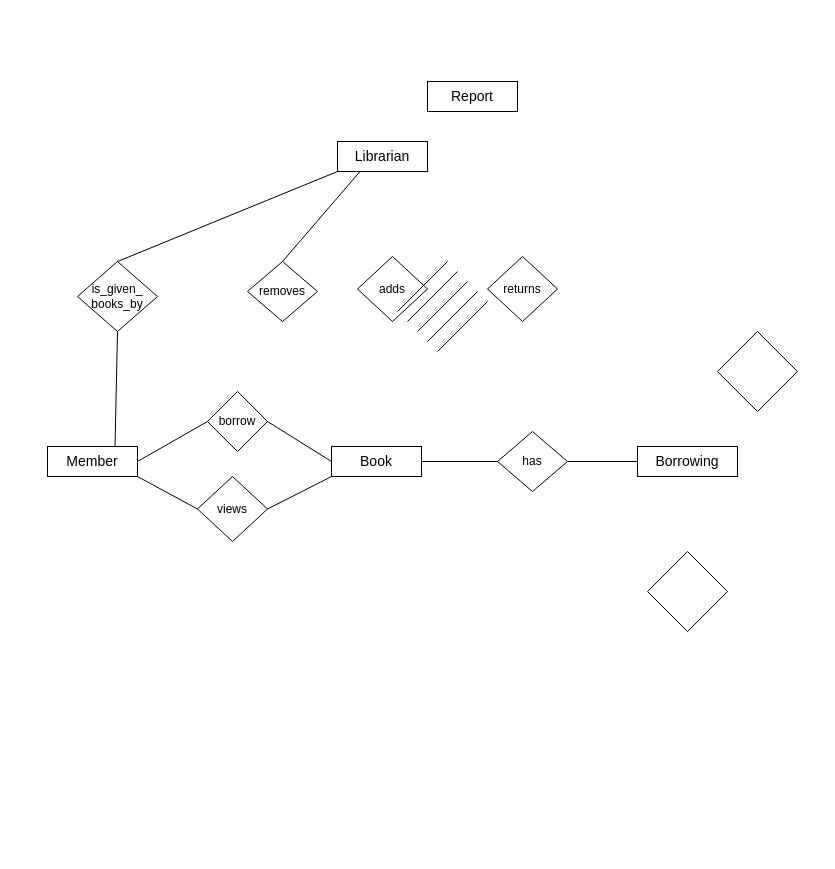
Before: Untitled Diagram.drawio in Dinuvi9170/NSBM-Green-University, a draw.io diagram. Source tidied: cells renumbered, new cells numbered last; positions are measured from the earlier drawing's top-left corner, leaving out a move shared by most shapes. Both pictures are drawn from the tidied source at 100%, with x=0, y=0 at pixel (47, 81).
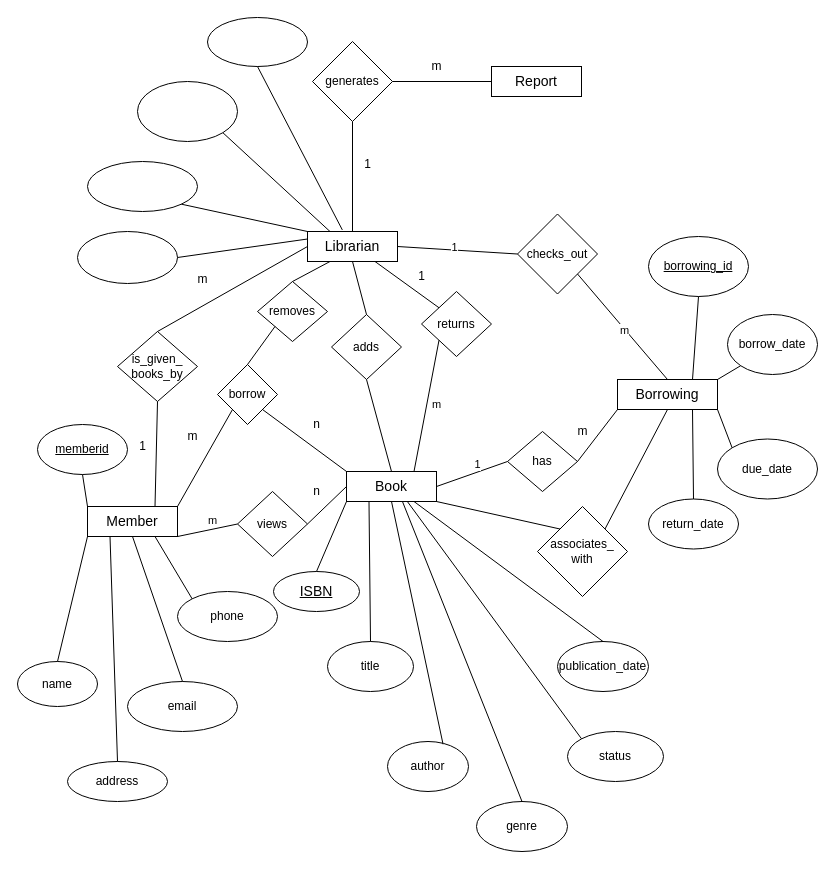
Above is the later version.

Unchanged cells that the change refers to:
```xml
<mxCell id="16" style="endArrow=none;html=1;rounded=0;exitX=1;exitY=0.5;exitDx=0;exitDy=0;entryX=0;entryY=0.5;entryDx=0;entryDy=0;" parent="1" edge="1" source="5" target="8">
  <mxGeometry relative="1" as="geometry" />
</mxCell>
<mxCell id="21" style="endArrow=none;html=1;rounded=0;exitX=1;exitY=1;exitDx=0;exitDy=0;entryX=0;entryY=0.5;entryDx=0;entryDy=0;" parent="1" edge="1" source="2" target="7">
  <mxGeometry relative="1" as="geometry" />
</mxCell>
```

Change to the diagram source:
```diff
@@
     <mxCell id="2" value="&lt;font style=&quot;font-size: 14px;&quot;&gt;Member&lt;/font&gt;" style="rounded=0;whiteSpace=wrap;html=1;" parent="1" vertex="1">
-      <mxGeometry y="365" width="90" height="30" as="geometry" />
+      <mxGeometry x="40" y="425" width="90" height="30" as="geometry" />
     </mxCell>
     <mxCell id="3" value="&lt;font style=&quot;font-size: 14px;&quot;&gt;Report&lt;/font&gt;" style="rounded=0;whiteSpace=wrap;html=1;" parent="1" vertex="1">
-      <mxGeometry x="380" width="90" height="30" as="geometry" />
+      <mxGeometry x="444" y="-15" width="90" height="30" as="geometry" />
     </mxCell>
     <mxCell id="4" value="&lt;font style=&quot;font-size: 14px;&quot;&gt;Borrowing&lt;/font&gt;" style="rounded=0;whiteSpace=wrap;html=1;" parent="1" vertex="1">
-      <mxGeometry x="590" y="365" width="100" height="30" as="geometry" />
+      <mxGeometry x="570" y="298" width="100" height="30" as="geometry" />
     </mxCell>
     <mxCell id="5" value="&lt;font style=&quot;font-size: 14px;&quot;&gt;Book&lt;/font&gt;" style="rounded=0;whiteSpace=wrap;html=1;" parent="1" vertex="1">
-      <mxGeometry x="284" y="365" width="90" height="30" as="geometry" />
+      <mxGeometry x="299" y="390" width="90" height="30" as="geometry" />
     </mxCell>
     <mxCell id="6" value="&lt;font style=&quot;font-size: 14px;&quot;&gt;Librarian&lt;/font&gt;" style="rounded=0;whiteSpace=wrap;html=1;" parent="1" vertex="1">
-      <mxGeometry x="290" y="60" width="90" height="30" as="geometry" />
+      <mxGeometry x="260" y="150" width="90" height="30" as="geometry" />
     </mxCell>
     <mxCell id="7" value="views" style="rhombus;whiteSpace=wrap;html=1;" parent="1" vertex="1">
-      <mxGeometry x="150" y="395" width="70" height="65" as="geometry" />
+      <mxGeometry x="190" y="410" width="70" height="65" as="geometry" />
     </mxCell>
     <mxCell id="8" value="has" style="rhombus;whiteSpace=wrap;html=1;" parent="1" vertex="1">
-      <mxGeometry x="450" y="350" width="70" height="60" as="geometry" />
+      <mxGeometry x="460" y="350" width="70" height="60" as="geometry" />
     </mxCell>
     <mxCell id="9" value="removes" style="rhombus;whiteSpace=wrap;html=1;" parent="1" vertex="1">
-      <mxGeometry x="200" y="180" width="70" height="60" as="geometry" />
+      <mxGeometry x="210" y="200" width="70" height="60" as="geometry" />
     </mxCell>
     <mxCell id="10" value="returns" style="rhombus;whiteSpace=wrap;html=1;" parent="1" vertex="1">
-      <mxGeometry x="440" y="175" width="70" height="65" as="geometry" />
+      <mxGeometry x="374" y="210" width="70" height="65" as="geometry" />
     </mxCell>
     <mxCell id="11" value="adds" style="rhombus;whiteSpace=wrap;html=1;" parent="1" vertex="1">
-      <mxGeometry x="310" y="175" width="70" height="65" as="geometry" />
+      <mxGeometry x="284" y="233" width="70" height="65" as="geometry" />
     </mxCell>
-    <mxCell id="12" style="rhombus;whiteSpace=wrap;html=1;" parent="1" vertex="1">
-      <mxGeometry x="600" y="470" width="80" height="80" as="geometry" />
+    <mxCell id="12" value="associates_&lt;br&gt;with" style="rhombus;whiteSpace=wrap;html=1;" parent="1" vertex="1">
+      <mxGeometry x="490" y="425" width="90" height="90" as="geometry" />
     </mxCell>
     <mxCell id="13" value="is_given_&lt;br&gt;books_by" style="rhombus;whiteSpace=wrap;html=1;" parent="1" vertex="1">
-      <mxGeometry x="30" y="180" width="80" height="70" as="geometry" />
+      <mxGeometry x="70" y="250" width="80" height="70" as="geometry" />
     </mxCell>
     <mxCell id="14" value="borrow" style="rhombus;whiteSpace=wrap;html=1;" parent="1" vertex="1">
-      <mxGeometry x="160" y="310" width="60" height="60" as="geometry" />
+      <mxGeometry x="170" y="283" width="60" height="60" as="geometry" />
     </mxCell>
-    <mxCell id="15" style="rhombus;whiteSpace=wrap;html=1;" parent="1" vertex="1">
-      <mxGeometry x="670" y="250" width="80" height="80" as="geometry" />
+    <mxCell id="15" value="generates" style="rhombus;whiteSpace=wrap;html=1;" parent="1" vertex="1">
+      <mxGeometry x="265" y="-40" width="80" height="80" as="geometry" />
     </mxCell>
@@
-    <mxCell id="17" style="endArrow=none;html=1;rounded=0;exitX=1;exitY=0.5;exitDx=0;exitDy=0;entryX=0;entryY=0.5;entryDx=0;entryDy=0;" parent="1" edge="1" source="2" target="14">
-      <mxGeometry relative="1" as="geometry" />
-    </mxCell>
+    <mxCell id="30" value="1" style="edgeLabel;html=1;align=center;verticalAlign=middle;" parent="16" vertex="1">
+      <mxGeometry x="0.23" y="8" relative="1" as="geometry" />
+    </mxCell>
-    <mxCell id="18" style="endArrow=none;html=1;rounded=0;exitX=1;exitY=0.5;exitDx=0;exitDy=0;entryX=0;entryY=0.5;entryDx=0;entryDy=0;" parent="1" edge="1" source="8" target="4">
+    <mxCell id="18" style="endArrow=none;html=1;rounded=0;exitX=1;exitY=0.5;exitDx=0;exitDy=0;entryX=0;entryY=1;entryDx=0;entryDy=0;" parent="1" edge="1" source="8" target="4">
       <mxGeometry relative="1" as="geometry" />
     </mxCell>
-    <mxCell id="19" style="endArrow=none;html=1;rounded=0;exitX=1;exitY=0.5;exitDx=0;exitDy=0;entryX=0;entryY=0.5;entryDx=0;entryDy=0;" parent="1" edge="1" source="14" target="5">
+    <mxCell id="19" style="endArrow=none;html=1;rounded=0;exitX=1;exitY=1;exitDx=0;exitDy=0;entryX=0;entryY=0;entryDx=0;entryDy=0;" parent="1" edge="1" source="14" target="5">
       <mxGeometry relative="1" as="geometry" />
     </mxCell>
-    <mxCell id="20" style="endArrow=none;html=1;rounded=0;exitX=1;exitY=0.5;exitDx=0;exitDy=0;entryX=0;entryY=1;entryDx=0;entryDy=0;" parent="1" edge="1" source="7" target="5">
-      <mxGeometry relative="1" as="geometry" />
-    </mxCell>
@@
+    <mxCell id="31" value="m" style="edgeLabel;html=1;align=center;verticalAlign=middle;" parent="21" vertex="1">
+      <mxGeometry x="0.22" y="9" relative="1" as="geometry" />
+    </mxCell>
@@
-    <mxCell id="23" style="endArrow=none;html=1;rounded=0;exitX=0.5;exitY=0;exitDx=0;exitDy=0;entryX=0;entryY=1;entryDx=0;entryDy=0;" parent="1" edge="1" source="13" target="6">
+    <mxCell id="23" style="endArrow=none;html=1;rounded=0;exitX=0.5;exitY=0;exitDx=0;exitDy=0;entryX=0;entryY=0.5;entryDx=0;entryDy=0;" parent="1" edge="1" source="13" target="6">
       <mxGeometry relative="1" as="geometry" />
     </mxCell>
-    <mxCell id="24" style="endArrow=none;html=1;rounded=0;" parent="1" edge="1">
-      <mxGeometry relative="1" as="geometry">
-        <mxPoint x="350" y="230" as="sourcePoint" />
-        <mxPoint x="400" y="180" as="targetPoint" />
-      </mxGeometry>
+    <mxCell id="24" style="endArrow=none;html=1;rounded=0;exitX=0.5;exitY=0;exitDx=0;exitDy=0;entryX=0;entryY=1;entryDx=0;entryDy=0;" parent="1" edge="1" source="14" target="9">
+      <mxGeometry relative="1" as="geometry" />
     </mxCell>
-    <mxCell id="25" style="endArrow=none;html=1;rounded=0;" parent="1" edge="1">
-      <mxGeometry relative="1" as="geometry">
-        <mxPoint x="360" y="240" as="sourcePoint" />
-        <mxPoint x="410" y="190" as="targetPoint" />
-      </mxGeometry>
+    <mxCell id="25" style="endArrow=none;html=1;rounded=0;exitX=0.5;exitY=0;exitDx=0;exitDy=0;entryX=0.5;entryY=1;entryDx=0;entryDy=0;" parent="1" edge="1" source="11" target="6">
+      <mxGeometry relative="1" as="geometry" />
     </mxCell>
-    <mxCell id="26" style="endArrow=none;html=1;rounded=0;" parent="1" edge="1">
-      <mxGeometry relative="1" as="geometry">
-        <mxPoint x="370" y="250" as="sourcePoint" />
-        <mxPoint x="420" y="200" as="targetPoint" />
-      </mxGeometry>
+    <mxCell id="26" style="endArrow=none;html=1;rounded=0;exitX=0.75;exitY=0;exitDx=0;exitDy=0;entryX=0;entryY=1;entryDx=0;entryDy=0;" parent="1" edge="1" source="5" target="10">
+      <mxGeometry relative="1" as="geometry" />
     </mxCell>
+    <mxCell id="32" value="m" style="edgeLabel;html=1;align=center;verticalAlign=middle;" parent="26" vertex="1">
+      <mxGeometry x="0.05" y="-9" relative="1" as="geometry" />
+    </mxCell>
-    <mxCell id="27" style="endArrow=none;html=1;rounded=0;" parent="1" edge="1">
-      <mxGeometry relative="1" as="geometry">
-        <mxPoint x="380" y="260" as="sourcePoint" />
-        <mxPoint x="430" y="210" as="targetPoint" />
-      </mxGeometry>
+    <mxCell id="27" style="endArrow=none;html=1;rounded=0;exitX=0.75;exitY=1;exitDx=0;exitDy=0;entryX=0;entryY=0;entryDx=0;entryDy=0;" parent="1" edge="1" source="6" target="10">
+      <mxGeometry relative="1" as="geometry" />
     </mxCell>
-    <mxCell id="28" style="endArrow=none;html=1;rounded=0;" parent="1" edge="1">
-      <mxGeometry relative="1" as="geometry">
-        <mxPoint x="390" y="270" as="sourcePoint" />
-        <mxPoint x="440" y="220" as="targetPoint" />
-      </mxGeometry>
+    <mxCell id="28" style="endArrow=none;html=1;rounded=0;entryX=0.5;entryY=1;entryDx=0;entryDy=0;exitX=0.5;exitY=0;exitDx=0;exitDy=0;" parent="1" edge="1" source="5" target="11">
+      <mxGeometry relative="1" as="geometry" />
     </mxCell>
@@
+    <mxCell id="33" value="m" style="text;html=1;align=center;verticalAlign=middle;strokeColor=none;fillColor=none;" parent="1" vertex="1">
+      <mxGeometry x="140" y="182.5" width="30" height="30" as="geometry" />
+    </mxCell>
+    <mxCell id="34" value="1" style="text;html=1;align=center;verticalAlign=middle;strokeColor=none;fillColor=none;" parent="1" vertex="1">
+      <mxGeometry x="80" y="350" width="30" height="30" as="geometry" />
+    </mxCell>
+    <mxCell id="35" value="n" style="text;html=1;align=center;verticalAlign=middle;strokeColor=none;fillColor=none;" parent="1" vertex="1">
+      <mxGeometry x="254" y="328" width="30" height="30" as="geometry" />
+    </mxCell>
+    <mxCell id="36" value="1" style="text;html=1;align=center;verticalAlign=middle;strokeColor=none;fillColor=none;" parent="1" vertex="1">
+      <mxGeometry x="359" y="180" width="30" height="30" as="geometry" />
+    </mxCell>
+    <mxCell id="37" value="m" style="text;html=1;align=center;verticalAlign=middle;strokeColor=none;fillColor=none;" parent="1" vertex="1">
+      <mxGeometry x="520" y="335" width="30" height="30" as="geometry" />
+    </mxCell>
+    <mxCell id="38" style="endArrow=none;html=1;rounded=0;exitX=1;exitY=1;exitDx=0;exitDy=0;entryX=0;entryY=0;entryDx=0;entryDy=0;" parent="1" edge="1" source="5" target="12">
+      <mxGeometry relative="1" as="geometry" />
+    </mxCell>
+    <mxCell id="39" style="endArrow=none;html=1;rounded=0;exitX=1;exitY=0;exitDx=0;exitDy=0;entryX=0.5;entryY=1;entryDx=0;entryDy=0;" parent="1" edge="1" source="12" target="4">
+      <mxGeometry relative="1" as="geometry" />
+    </mxCell>
+    <mxCell id="40" value="n" style="text;html=1;align=center;verticalAlign=middle;strokeColor=none;fillColor=none;" parent="1" vertex="1">
+      <mxGeometry x="254" y="395" width="30" height="30" as="geometry" />
+    </mxCell>
+    <mxCell id="20" style="endArrow=none;html=1;rounded=0;exitX=1;exitY=0.5;exitDx=0;exitDy=0;entryX=0;entryY=0.5;entryDx=0;entryDy=0;" parent="1" edge="1" source="7" target="5">
+      <mxGeometry relative="1" as="geometry" />
+    </mxCell>
+    <mxCell id="41" style="endArrow=none;html=1;rounded=0;exitX=1;exitY=0.5;exitDx=0;exitDy=0;entryX=0;entryY=0.5;entryDx=0;entryDy=0;" parent="1" edge="1" source="15" target="3">
+      <mxGeometry relative="1" as="geometry" />
+    </mxCell>
+    <mxCell id="42" style="endArrow=none;html=1;rounded=0;exitX=0.5;exitY=1;exitDx=0;exitDy=0;entryX=0.5;entryY=0;entryDx=0;entryDy=0;" parent="1" edge="1" source="15" target="6">
+      <mxGeometry relative="1" as="geometry" />
+    </mxCell>
+    <mxCell id="43" value="1" style="text;html=1;align=center;verticalAlign=middle;strokeColor=none;fillColor=none;" parent="1" vertex="1">
+      <mxGeometry x="305" y="68" width="30" height="30" as="geometry" />
+    </mxCell>
+    <mxCell id="44" value="m" style="text;html=1;align=center;verticalAlign=middle;strokeColor=none;fillColor=none;" parent="1" vertex="1">
+      <mxGeometry x="374" y="-30" width="30" height="30" as="geometry" />
+    </mxCell>
+    <mxCell id="45" value="checks_out" style="rhombus;whiteSpace=wrap;html=1;" parent="1" vertex="1">
+      <mxGeometry x="470" y="132.5" width="80" height="80" as="geometry" />
+    </mxCell>
+    <mxCell id="46" style="endArrow=none;html=1;rounded=0;exitX=1;exitY=0.5;exitDx=0;exitDy=0;entryX=0;entryY=0.5;entryDx=0;entryDy=0;" parent="1" edge="1" source="6" target="45">
+      <mxGeometry relative="1" as="geometry" />
+    </mxCell>
+    <mxCell id="47" value="1" style="edgeLabel;html=1;align=center;verticalAlign=middle;" parent="46" vertex="1">
+      <mxGeometry x="-0.07" y="3" relative="1" as="geometry" />
+    </mxCell>
+    <mxCell id="48" style="endArrow=none;html=1;rounded=0;exitX=1;exitY=1;exitDx=0;exitDy=0;entryX=0.5;entryY=0;entryDx=0;entryDy=0;" parent="1" edge="1" source="45" target="4">
+      <mxGeometry relative="1" as="geometry" />
+    </mxCell>
+    <mxCell id="49" value="m" style="edgeLabel;html=1;align=center;verticalAlign=middle;" parent="48" vertex="1">
+      <mxGeometry x="0.06" y="-1" relative="1" as="geometry" />
+    </mxCell>
+    <mxCell id="50" value="&lt;u&gt;memberid&lt;/u&gt;" style="ellipse;whiteSpace=wrap;html=1;" parent="1" vertex="1">
+      <mxGeometry x="-10" y="343" width="90" height="50" as="geometry" />
+    </mxCell>
+    <mxCell id="51" value="name" style="ellipse;whiteSpace=wrap;html=1;" parent="1" vertex="1">
+      <mxGeometry x="-30" y="580" width="80" height="45" as="geometry" />
+    </mxCell>
+    <mxCell id="52" value="address" style="ellipse;whiteSpace=wrap;html=1;" parent="1" vertex="1">
+      <mxGeometry x="20" y="680" width="100" height="40" as="geometry" />
+    </mxCell>
+    <mxCell id="53" value="email" style="ellipse;whiteSpace=wrap;html=1;" parent="1" vertex="1">
+      <mxGeometry x="80" y="600" width="110" height="50" as="geometry" />
+    </mxCell>
+    <mxCell id="54" value="phone" style="ellipse;whiteSpace=wrap;html=1;" parent="1" vertex="1">
+      <mxGeometry x="130" y="510" width="100" height="50" as="geometry" />
+    </mxCell>
+    <mxCell id="55" style="endArrow=none;html=1;rounded=0;entryX=0.5;entryY=1;entryDx=0;entryDy=0;exitX=0;exitY=0;exitDx=0;exitDy=0;" parent="1" edge="1" source="2" target="50">
+      <mxGeometry relative="1" as="geometry" />
+    </mxCell>
+    <mxCell id="56" style="endArrow=none;html=1;rounded=0;exitX=0.5;exitY=0;exitDx=0;exitDy=0;entryX=0;entryY=1;entryDx=0;entryDy=0;" parent="1" edge="1" source="51" target="2">
+      <mxGeometry relative="1" as="geometry" />
+    </mxCell>
+    <mxCell id="57" style="endArrow=none;html=1;rounded=0;exitX=0.5;exitY=0;exitDx=0;exitDy=0;entryX=0.25;entryY=1;entryDx=0;entryDy=0;" parent="1" edge="1" source="52" target="2">
+      <mxGeometry relative="1" as="geometry" />
+    </mxCell>
+    <mxCell id="58" style="endArrow=none;html=1;rounded=0;exitX=0.5;exitY=0;exitDx=0;exitDy=0;entryX=0.5;entryY=1;entryDx=0;entryDy=0;" parent="1" edge="1" source="53" target="2">
+      <mxGeometry relative="1" as="geometry" />
+    </mxCell>
+    <mxCell id="59" style="endArrow=none;html=1;rounded=0;exitX=0.75;exitY=1;exitDx=0;exitDy=0;entryX=0;entryY=0;entryDx=0;entryDy=0;" parent="1" edge="1" source="2" target="54">
+      <mxGeometry relative="1" as="geometry" />
+    </mxCell>
+    <mxCell id="60" value="m" style="text;html=1;align=center;verticalAlign=middle;strokeColor=none;fillColor=none;" parent="1" vertex="1">
+      <mxGeometry x="130" y="340" width="30" height="30" as="geometry" />
+    </mxCell>
+    <mxCell id="17" style="endArrow=none;html=1;rounded=0;exitX=1;exitY=0;exitDx=0;exitDy=0;entryX=0;entryY=1;entryDx=0;entryDy=0;" parent="1" edge="1" source="2" target="14">
+      <mxGeometry relative="1" as="geometry" />
+    </mxCell>
+    <mxCell id="61" value="title" style="ellipse;whiteSpace=wrap;html=1;" parent="1" vertex="1">
+      <mxGeometry x="280" y="560" width="86" height="50" as="geometry" />
+    </mxCell>
+    <mxCell id="62" value="publication_date" style="ellipse;whiteSpace=wrap;html=1;" parent="1" vertex="1">
+      <mxGeometry x="510" y="560" width="91" height="50" as="geometry" />
+    </mxCell>
+    <mxCell id="63" value="&lt;font style=&quot;font-size: 14px;&quot;&gt;&lt;u&gt;ISBN&lt;/u&gt;&lt;/font&gt;" style="ellipse;whiteSpace=wrap;html=1;" parent="1" vertex="1">
+      <mxGeometry x="226" y="490" width="86" height="40" as="geometry" />
+    </mxCell>
+    <mxCell id="64" value="author" style="ellipse;whiteSpace=wrap;html=1;" parent="1" vertex="1">
+      <mxGeometry x="340" y="660" width="81" height="50" as="geometry" />
+    </mxCell>
+    <mxCell id="65" value="genre" style="ellipse;whiteSpace=wrap;html=1;" parent="1" vertex="1">
+      <mxGeometry x="429" y="720" width="91" height="50" as="geometry" />
+    </mxCell>
+    <mxCell id="66" value="status" style="ellipse;whiteSpace=wrap;html=1;" parent="1" vertex="1">
+      <mxGeometry x="520" y="650" width="96" height="50" as="geometry" />
+    </mxCell>
+    <mxCell id="67" style="endArrow=none;html=1;rounded=0;entryX=0;entryY=1;entryDx=0;entryDy=0;exitX=0.5;exitY=0;exitDx=0;exitDy=0;" parent="1" edge="1" source="63" target="5">
+      <mxGeometry relative="1" as="geometry" />
+    </mxCell>
+    <mxCell id="68" style="endArrow=none;html=1;rounded=0;entryX=0.25;entryY=1;entryDx=0;entryDy=0;exitX=0.5;exitY=0;exitDx=0;exitDy=0;" parent="1" edge="1" source="61" target="5">
+      <mxGeometry relative="1" as="geometry" />
+    </mxCell>
+    <mxCell id="69" style="endArrow=none;html=1;rounded=0;exitX=0.75;exitY=1;exitDx=0;exitDy=0;entryX=0.5;entryY=0;entryDx=0;entryDy=0;" parent="1" edge="1" source="5" target="62">
+      <mxGeometry relative="1" as="geometry" />
+    </mxCell>
+    <mxCell id="70" style="endArrow=none;html=1;rounded=0;entryX=0.673;entryY=0.987;entryDx=0;entryDy=0;entryPerimeter=0;exitX=0;exitY=0;exitDx=0;exitDy=0;" parent="1" edge="1" source="66" target="5">
+      <mxGeometry relative="1" as="geometry" />
+    </mxCell>
+    <mxCell id="71" style="endArrow=none;html=1;rounded=0;entryX=0.5;entryY=1;entryDx=0;entryDy=0;exitX=0.686;exitY=0.056;exitDx=0;exitDy=0;exitPerimeter=0;" parent="1" edge="1" source="64" target="5">
+      <mxGeometry relative="1" as="geometry" />
+    </mxCell>
+    <mxCell id="72" style="endArrow=none;html=1;rounded=0;entryX=0.62;entryY=0.987;entryDx=0;entryDy=0;entryPerimeter=0;exitX=0.5;exitY=0;exitDx=0;exitDy=0;" parent="1" edge="1" source="65" target="5">
+      <mxGeometry relative="1" as="geometry" />
+    </mxCell>
+    <mxCell id="73" value="due_date" style="ellipse;whiteSpace=wrap;html=1;" parent="1" vertex="1">
+      <mxGeometry x="670" y="357.5" width="100" height="60" as="geometry" />
+    </mxCell>
+    <mxCell id="74" value="borrow_date" style="ellipse;whiteSpace=wrap;html=1;" parent="1" vertex="1">
+      <mxGeometry x="680" y="233" width="90" height="60" as="geometry" />
+    </mxCell>
+    <mxCell id="75" value="return_date" style="ellipse;whiteSpace=wrap;html=1;" parent="1" vertex="1">
+      <mxGeometry x="601" y="417.5" width="90" height="50" as="geometry" />
+    </mxCell>
+    <mxCell id="76" value="&lt;u&gt;borrowing_id&lt;/u&gt;" style="ellipse;whiteSpace=wrap;html=1;" parent="1" vertex="1">
+      <mxGeometry x="601" y="155" width="100" height="60" as="geometry" />
+    </mxCell>
+    <mxCell id="77" style="endArrow=none;html=1;rounded=0;exitX=1;exitY=0;exitDx=0;exitDy=0;entryX=0;entryY=1;entryDx=0;entryDy=0;" parent="1" edge="1" source="4" target="74">
+      <mxGeometry relative="1" as="geometry" />
+    </mxCell>
+    <mxCell id="78" style="endArrow=none;html=1;rounded=0;exitX=1;exitY=1;exitDx=0;exitDy=0;entryX=0;entryY=0;entryDx=0;entryDy=0;" parent="1" edge="1" source="4" target="73">
+      <mxGeometry relative="1" as="geometry" />
+    </mxCell>
+    <mxCell id="79" style="endArrow=none;html=1;rounded=0;entryX=0.75;entryY=1;entryDx=0;entryDy=0;exitX=0.5;exitY=0;exitDx=0;exitDy=0;" parent="1" edge="1" source="75" target="4">
+      <mxGeometry relative="1" as="geometry" />
+    </mxCell>
+    <mxCell id="80" style="endArrow=none;html=1;rounded=0;exitX=0.75;exitY=0;exitDx=0;exitDy=0;entryX=0.5;entryY=1;entryDx=0;entryDy=0;" parent="1" edge="1" source="4" target="76">
+      <mxGeometry relative="1" as="geometry" />
+    </mxCell>
+    <mxCell id="81" style="ellipse;whiteSpace=wrap;html=1;" parent="1" vertex="1">
+      <mxGeometry x="90" width="100" height="60" as="geometry" />
+    </mxCell>
+    <mxCell id="82" style="ellipse;whiteSpace=wrap;html=1;" parent="1" vertex="1">
+      <mxGeometry x="40" y="80" width="110" height="50" as="geometry" />
+    </mxCell>
+    <mxCell id="83" style="ellipse;whiteSpace=wrap;html=1;" parent="1" vertex="1">
+      <mxGeometry x="30" y="150" width="100" height="52" as="geometry" />
+    </mxCell>
+    <mxCell id="84" style="ellipse;whiteSpace=wrap;html=1;" parent="1" vertex="1">
+      <mxGeometry x="160" y="-64" width="100" height="49" as="geometry" />
+    </mxCell>
+    <mxCell id="85" style="endArrow=none;html=1;rounded=0;exitX=0.5;exitY=1;exitDx=0;exitDy=0;entryX=0.387;entryY=-0.053;entryDx=0;entryDy=0;entryPerimeter=0;" parent="1" edge="1" source="84" target="6">
+      <mxGeometry relative="1" as="geometry" />
+    </mxCell>
+    <mxCell id="86" style="endArrow=none;html=1;rounded=0;exitX=1;exitY=1;exitDx=0;exitDy=0;entryX=0.25;entryY=0;entryDx=0;entryDy=0;" parent="1" edge="1" source="81" target="6">
+      <mxGeometry relative="1" as="geometry" />
+    </mxCell>
+    <mxCell id="87" style="endArrow=none;html=1;rounded=0;exitX=1;exitY=1;exitDx=0;exitDy=0;entryX=0;entryY=0;entryDx=0;entryDy=0;" parent="1" edge="1" source="82" target="6">
+      <mxGeometry relative="1" as="geometry" />
+    </mxCell>
+    <mxCell id="88" style="endArrow=none;html=1;rounded=0;exitX=1;exitY=0.5;exitDx=0;exitDy=0;entryX=0;entryY=0.25;entryDx=0;entryDy=0;" parent="1" edge="1" source="83" target="6">
+      <mxGeometry relative="1" as="geometry" />
+    </mxCell>
```
